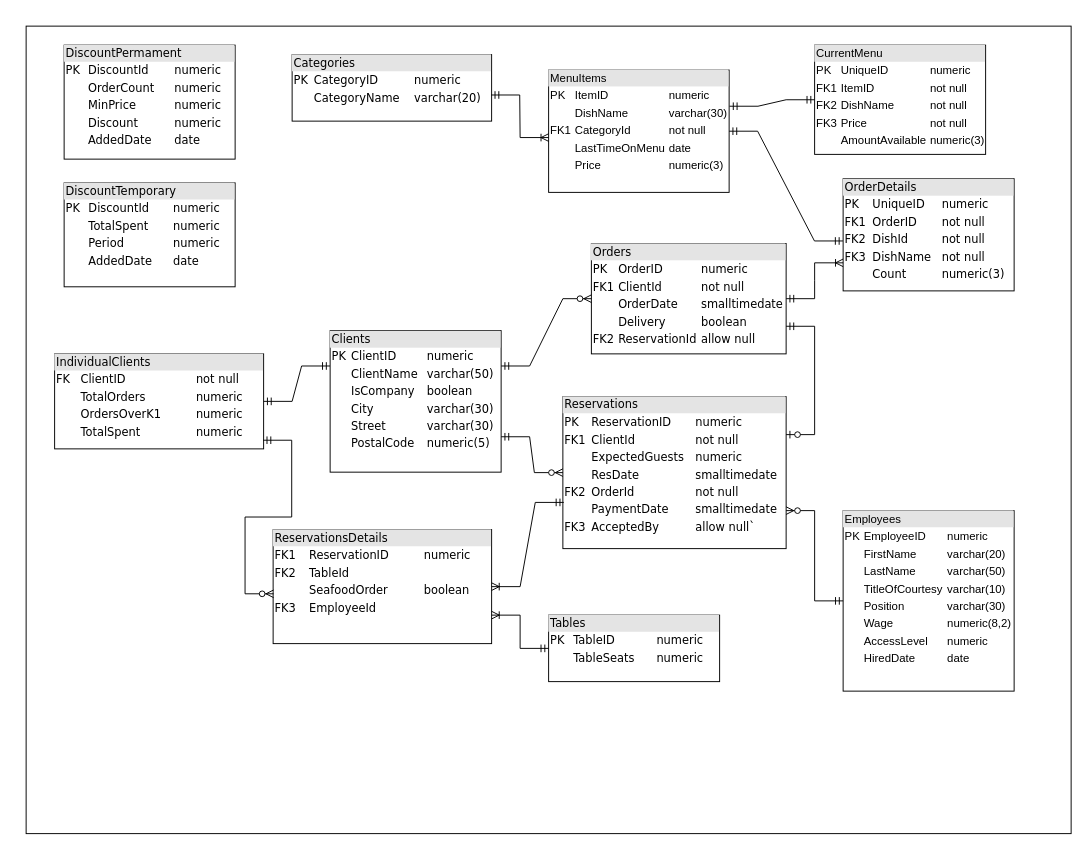
Above: DataBaseSchema.drawio in mczajor/DataBases (draw.io), before the change. Source tidied: cells renumbered, new cells numbered last; positions are measured from the earlier drawing's top-left corner, leaving out a move shared by most shapes. Both pictures are drawn from the tidied source at 95%, with x=0, y=0 at pixel (26, 26).
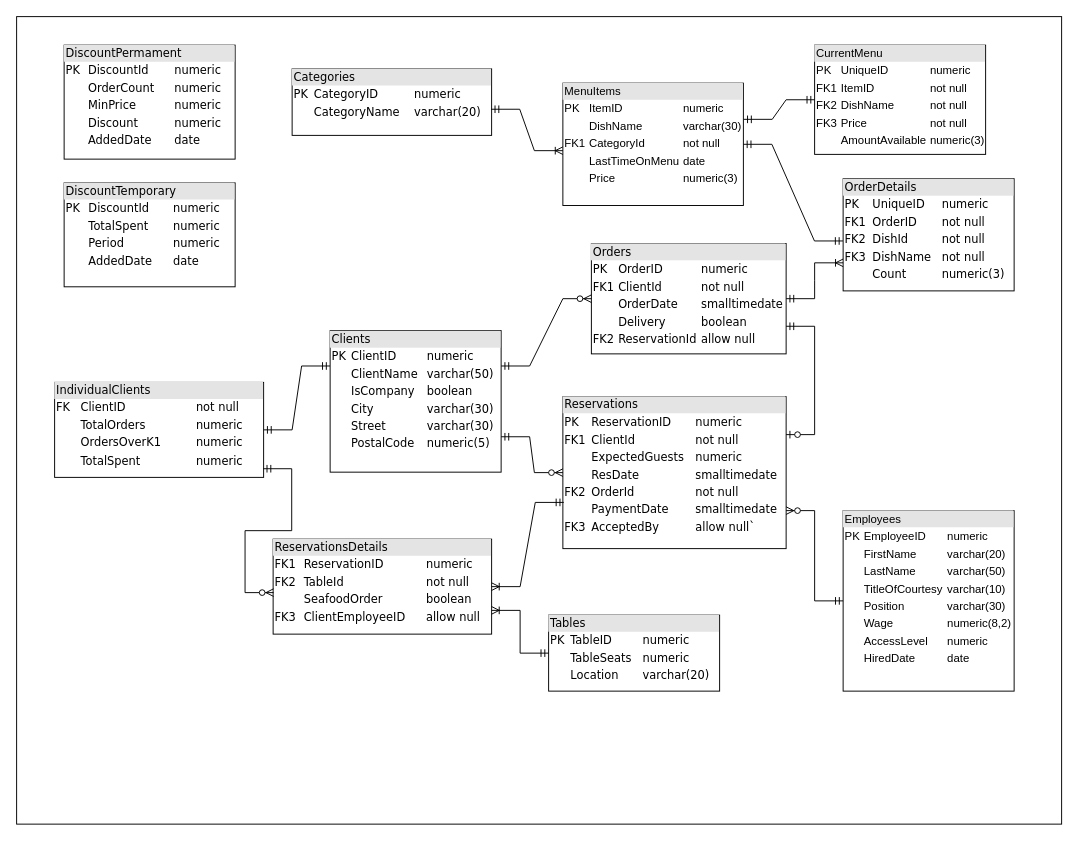
Above is the later version.

What changed in the source:
```diff
@@
     <mxCell id="2" style="rounded=0;whiteSpace=wrap;html=1;" parent="1" vertex="1">
-      <mxGeometry width="1100" height="850" as="geometry" />
+      <mxGeometry x="-10" y="-10" width="1100" height="850" as="geometry" />
     </mxCell>
@@
     <mxCell id="5" value="&lt;div style=&quot;box-sizing:border-box;width:100%;background:#e4e4e4;padding:2px;&quot;&gt;Categories&lt;/div&gt;&lt;table style=&quot;width:100%;font-size:1em;&quot; cellspacing=&quot;0&quot; cellpadding=&quot;2&quot;&gt;&lt;tbody&gt;&lt;tr&gt;&lt;td&gt;PK&lt;br&gt;&lt;/td&gt;&lt;td&gt;CategoryID&lt;/td&gt;&lt;td&gt;numeric&lt;br&gt;&lt;/td&gt;&lt;/tr&gt;&lt;tr&gt;&lt;td&gt;&lt;br&gt;&lt;/td&gt;&lt;td&gt;CategoryName&lt;/td&gt;&lt;td&gt;varchar(20)&lt;br&gt;&lt;/td&gt;&lt;/tr&gt;&lt;/tbody&gt;&lt;/table&gt;" style="verticalAlign=top;align=left;overflow=fill;html=1;rounded=0;shadow=0;comic=0;labelBackgroundColor=none;strokeWidth=1;fontFamily=Verdana;fontSize=12;" parent="1" vertex="1">
-      <mxGeometry x="280" y="30" width="210" height="70" as="geometry" />
+      <mxGeometry x="280" y="45" width="210" height="70" as="geometry" />
     </mxCell>
@@
-    <mxCell id="7" value="&lt;div style=&quot;box-sizing:border-box;width:100%;background:#e4e4e4;padding:2px;&quot;&gt;Tables&lt;/div&gt;&lt;table style=&quot;width:100%;font-size:1em;&quot; cellspacing=&quot;0&quot; cellpadding=&quot;2&quot;&gt;&lt;tbody&gt;&lt;tr&gt;&lt;td&gt;PK&lt;br&gt;&lt;/td&gt;&lt;td&gt;TableID&lt;/td&gt;&lt;td&gt;numeric&lt;br&gt;&lt;/td&gt;&lt;/tr&gt;&lt;tr&gt;&lt;td&gt;&lt;br&gt;&lt;/td&gt;&lt;td&gt;TableSeats&lt;/td&gt;&lt;td&gt;numeric&lt;br&gt;&lt;/td&gt;&lt;/tr&gt;&lt;/tbody&gt;&lt;/table&gt;" style="verticalAlign=top;align=left;overflow=fill;html=1;rounded=0;shadow=0;comic=0;labelBackgroundColor=none;strokeWidth=1;fontFamily=Verdana;fontSize=12;" parent="1" vertex="1">
-      <mxGeometry x="550" y="620" width="180" height="70" as="geometry" />
+    <mxCell id="7" value="&lt;div style=&quot;box-sizing:border-box;width:100%;background:#e4e4e4;padding:2px;&quot;&gt;Tables&lt;/div&gt;&lt;table style=&quot;width:100%;font-size:1em;&quot; cellspacing=&quot;0&quot; cellpadding=&quot;2&quot;&gt;&lt;tbody&gt;&lt;tr&gt;&lt;td&gt;PK&lt;br&gt;&lt;/td&gt;&lt;td&gt;TableID&lt;/td&gt;&lt;td&gt;numeric&lt;br&gt;&lt;/td&gt;&lt;/tr&gt;&lt;tr&gt;&lt;td&gt;&lt;br&gt;&lt;/td&gt;&lt;td&gt;TableSeats&lt;/td&gt;&lt;td&gt;numeric&lt;br&gt;&lt;/td&gt;&lt;/tr&gt;&lt;tr&gt;&lt;td&gt;&lt;br&gt;&lt;/td&gt;&lt;td&gt;Location&lt;br&gt;&lt;/td&gt;&lt;td&gt;varchar(20)&lt;br&gt;&lt;/td&gt;&lt;/tr&gt;&lt;/tbody&gt;&lt;/table&gt;" style="verticalAlign=top;align=left;overflow=fill;html=1;rounded=0;shadow=0;comic=0;labelBackgroundColor=none;strokeWidth=1;fontFamily=Verdana;fontSize=12;" parent="1" vertex="1">
+      <mxGeometry x="550" y="620" width="180" height="80" as="geometry" />
     </mxCell>
-    <mxCell id="8" value="&lt;div style=&quot;box-sizing: border-box ; width: 100% ; background: #e4e4e4 ; padding: 2px&quot;&gt;ReservationsDetails&lt;/div&gt;&lt;table style=&quot;width: 100% ; font-size: 1em&quot; cellspacing=&quot;0&quot; cellpadding=&quot;2&quot;&gt;&lt;tbody&gt;&lt;tr&gt;&lt;td&gt;FK1&lt;br&gt;&lt;/td&gt;&lt;td&gt;ReservationID&lt;/td&gt;&lt;td&gt;numeric&lt;br&gt;&lt;/td&gt;&lt;/tr&gt;&lt;tr&gt;&lt;td&gt;FK2&lt;br&gt;&lt;/td&gt;&lt;td&gt;TableId&lt;br&gt;&lt;/td&gt;&lt;td&gt;&lt;br&gt;&lt;/td&gt;&lt;/tr&gt;&lt;tr&gt;&lt;td&gt;&lt;br&gt;&lt;/td&gt;&lt;td&gt;SeafoodOrder&lt;br&gt;&lt;/td&gt;&lt;td&gt;boolean&lt;br&gt;&lt;/td&gt;&lt;/tr&gt;&lt;tr&gt;&lt;td&gt;FK3&lt;br&gt;&lt;/td&gt;&lt;td&gt;EmployeeId&lt;br&gt;&lt;/td&gt;&lt;td&gt;&lt;br&gt;&lt;/td&gt;&lt;/tr&gt;&lt;/tbody&gt;&lt;/table&gt;" style="verticalAlign=top;align=left;overflow=fill;html=1;rounded=0;shadow=0;comic=0;labelBackgroundColor=none;strokeWidth=1;fontFamily=Verdana;fontSize=12;" parent="1" vertex="1">
-      <mxGeometry x="260" y="530" width="230" height="120" as="geometry" />
+    <mxCell id="8" value="&lt;div style=&quot;box-sizing: border-box ; width: 100% ; background: #e4e4e4 ; padding: 2px&quot;&gt;ReservationsDetails&lt;/div&gt;&lt;table style=&quot;width: 100% ; font-size: 1em&quot; cellspacing=&quot;0&quot; cellpadding=&quot;2&quot;&gt;&lt;tbody&gt;&lt;tr&gt;&lt;td&gt;FK1&lt;br&gt;&lt;/td&gt;&lt;td&gt;ReservationID&lt;/td&gt;&lt;td&gt;numeric&lt;br&gt;&lt;/td&gt;&lt;/tr&gt;&lt;tr&gt;&lt;td&gt;FK2&lt;br&gt;&lt;/td&gt;&lt;td&gt;TableId&lt;br&gt;&lt;/td&gt;&lt;td&gt;not null&lt;br&gt;&lt;/td&gt;&lt;/tr&gt;&lt;tr&gt;&lt;td&gt;&lt;br&gt;&lt;/td&gt;&lt;td&gt;SeafoodOrder&lt;br&gt;&lt;/td&gt;&lt;td&gt;boolean&lt;br&gt;&lt;/td&gt;&lt;/tr&gt;&lt;tr&gt;&lt;td&gt;FK3&lt;br&gt;&lt;/td&gt;&lt;td&gt;ClientEmployeeID&lt;br&gt;&lt;/td&gt;&lt;td&gt;allow null&lt;br&gt;&lt;/td&gt;&lt;/tr&gt;&lt;/tbody&gt;&lt;/table&gt;" style="verticalAlign=top;align=left;overflow=fill;html=1;rounded=0;shadow=0;comic=0;labelBackgroundColor=none;strokeWidth=1;fontFamily=Verdana;fontSize=12;" parent="1" vertex="1">
+      <mxGeometry x="260" y="540" width="230" height="100" as="geometry" />
     </mxCell>
     <mxCell id="9" value="&lt;div style=&quot;box-sizing:border-box;width:100%;background:#e4e4e4;padding:2px;&quot;&gt;MenuItems&lt;/div&gt;&lt;table style=&quot;width:100%;font-size:1em;&quot; cellspacing=&quot;0&quot; cellpadding=&quot;2&quot;&gt;&lt;tbody&gt;&lt;tr&gt;&lt;td&gt;PK&lt;br&gt;&lt;/td&gt;&lt;td&gt;ItemID&lt;/td&gt;&lt;td&gt;numeric&lt;br&gt;&lt;/td&gt;&lt;/tr&gt;&lt;tr&gt;&lt;td&gt;&lt;br&gt;&lt;/td&gt;&lt;td&gt;DishName&lt;br&gt;&lt;/td&gt;&lt;td&gt;varchar(30)&lt;br&gt;&lt;/td&gt;&lt;/tr&gt;&lt;tr&gt;&lt;td&gt;FK1&lt;/td&gt;&lt;td&gt;CategoryId&lt;/td&gt;&lt;td&gt;not null&lt;br&gt;&lt;/td&gt;&lt;/tr&gt;&lt;tr&gt;&lt;td&gt;&lt;br&gt;&lt;/td&gt;&lt;td&gt;LastTimeOnMenu&lt;br&gt;&lt;/td&gt;&lt;td&gt;date&lt;br&gt;&lt;/td&gt;&lt;/tr&gt;&lt;tr&gt;&lt;td&gt;&lt;br&gt;&lt;/td&gt;&lt;td&gt;Price&lt;br&gt;&lt;/td&gt;&lt;td&gt;numeric(3)&lt;br&gt;&lt;/td&gt;&lt;/tr&gt;&lt;/tbody&gt;&lt;/table&gt;" style="verticalAlign=top;align=left;overflow=fill;html=1;" parent="1" vertex="1">
-      <mxGeometry x="550" y="46.2" width="190" height="128.8" as="geometry" />
+      <mxGeometry x="565" y="60" width="190" height="128.8" as="geometry" />
     </mxCell>
@@
     <mxCell id="17" value="&lt;div style=&quot;box-sizing: border-box ; width: 100% ; background: #e4e4e4 ; padding: 2px&quot;&gt;IndividualClients&lt;/div&gt;&lt;table style=&quot;width: 100% ; font-size: 1em&quot; cellspacing=&quot;0&quot; cellpadding=&quot;2&quot;&gt;&lt;tbody&gt;&lt;tr&gt;&lt;td&gt;FK&lt;/td&gt;&lt;td&gt;ClientID&lt;/td&gt;&lt;td&gt;not null&lt;br&gt;&lt;/td&gt;&lt;/tr&gt;&lt;tr&gt;&lt;td&gt;&lt;br&gt;&lt;/td&gt;&lt;td&gt;TotalOrders&lt;br&gt;&lt;/td&gt;&lt;td&gt;numeric&lt;br&gt;&lt;/td&gt;&lt;/tr&gt;&lt;tr&gt;&lt;td&gt;&lt;br&gt;&lt;/td&gt;&lt;td&gt;OrdersOverK1&lt;br&gt;&lt;/td&gt;&lt;td&gt;numeric&lt;br&gt;&lt;/td&gt;&lt;/tr&gt;&lt;tr&gt;&lt;td&gt;&lt;br&gt;&lt;/td&gt;&lt;td&gt;TotalSpent&lt;br&gt;&lt;/td&gt;&lt;td&gt;numeric&lt;br&gt;&lt;/td&gt;&lt;/tr&gt;&lt;/tbody&gt;&lt;/table&gt;" style="verticalAlign=top;align=left;overflow=fill;html=1;rounded=0;shadow=0;comic=0;labelBackgroundColor=none;strokeWidth=1;fontFamily=Verdana;fontSize=12;" parent="1" vertex="1">
-      <mxGeometry x="30" y="345" width="220" height="100" as="geometry" />
+      <mxGeometry x="30" y="375" width="220" height="100" as="geometry" />
     </mxCell>
```
